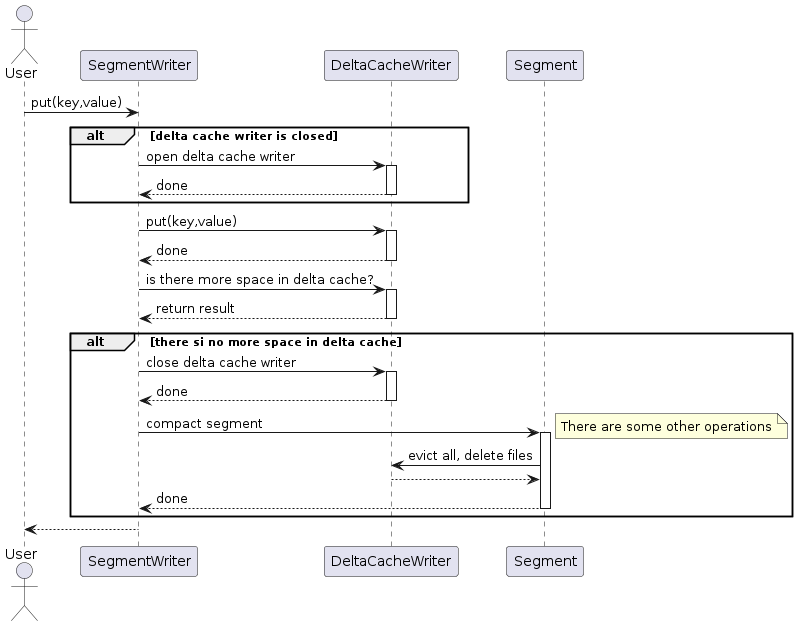
Above: docs/segment-writing-seq.png in jajir/HestiaStore (PlantUML), before the change. Source of this version:
```plantuml
@startuml
actor User as user
  participant SegmentWriter as segWriter
  participant DeltaCacheWriter as dcWriter
  participant Segment as segment

  user -> segWriter: put(key,value)

  alt delta cache writer is closed
    segWriter -> dcWriter : open delta cache writer
    activate dcWriter
    dcWriter --> segWriter: done
    deactivate dcWriter
  end

  segWriter -> dcWriter : put(key,value)
  activate dcWriter
  dcWriter --> segWriter: done
  deactivate dcWriter

  segWriter -> dcWriter: is there more space in delta cache?
  activate dcWriter
  dcWriter --> segWriter: return result
  deactivate dcWriter

  alt there si no more space in delta cache
    segWriter -> dcWriter: close delta cache writer
    activate dcWriter
    dcWriter --> segWriter: done
    deactivate dcWriter

    segWriter -> segment: compact segment
    activate segment
    note right
      There are some other operations
    end note
    segment -> dcWriter: evict all, delete files
    dcWriter --> segment
    segment --> segWriter: done
    deactivate segment
  end

  segWriter --> user
@enduml
```
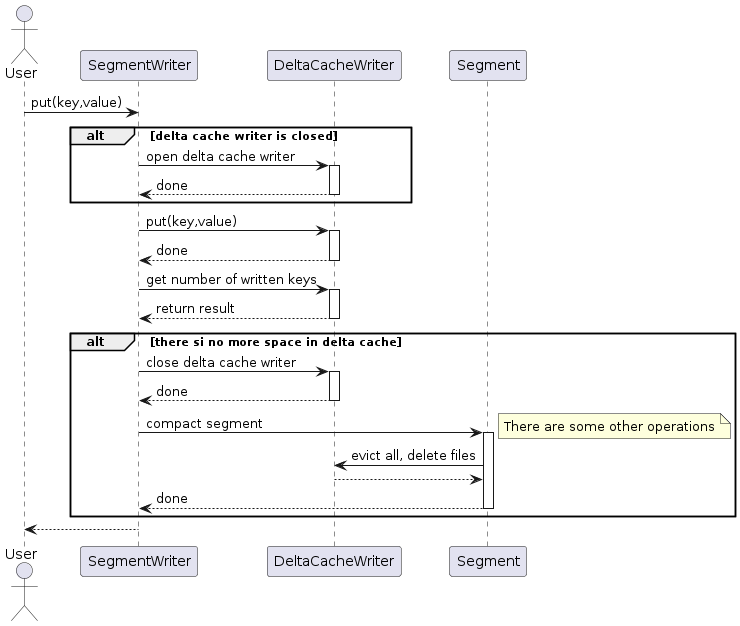
After the commit.

What changed in the source:
```diff
@@ -18,7 +18,7 @@
   dcWriter --> segWriter: done
   deactivate dcWriter
 
-  segWriter -> dcWriter: is there more space in delta cache?
+  segWriter -> dcWriter: get number of written keys
   activate dcWriter
   dcWriter --> segWriter: return result
   deactivate dcWriter
```
